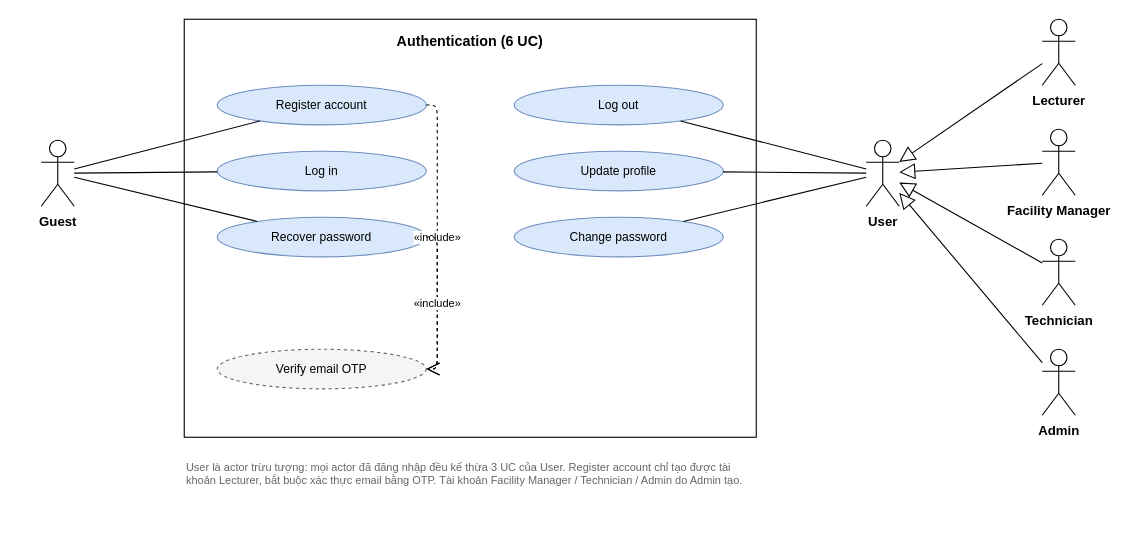
Before: page "2. User" (2 of 6) of Actor_UseCase.drawio in Hoang-124/Ruo, a draw.io diagram. Source tidied: cells renumbered, new cells numbered last; positions are measured from the earlier drawing's top-left corner, leaving out a move shared by most shapes. Both pictures are drawn from the tidied source at 110%, with x=0, y=0 at pixel (41, 19).
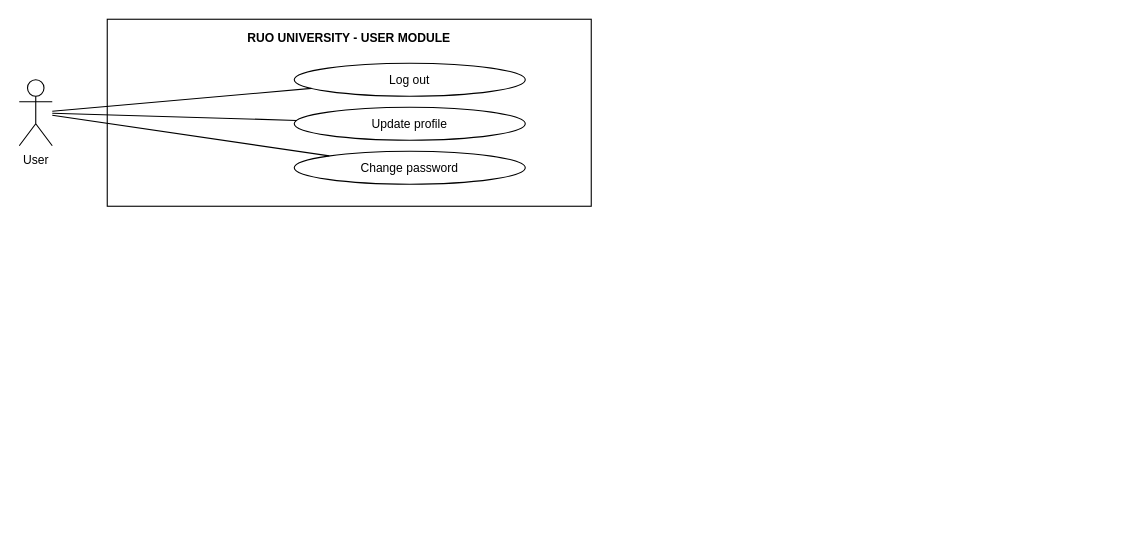
The same page after the edit.

Commit message (it also covers changes not shown here):
docs(usecase): simplify diagram to one plain page per actor

Matches reference style: single actor, system boundary titled RUO UNIVERSITY - <ACTOR> MODULE, white ellipses in one column. Removed overview page, group frames, extend/include and notes.

Change to the diagram source:
```diff
@@
-    <mxCell id="2" value="Authentication (6 UC)" style="rounded=0;whiteSpace=wrap;html=1;fillColor=none;verticalAlign=top;align=center;fontSize=13;fontStyle=1;spacingTop=6;" parent="1" vertex="1">
-      <mxGeometry x="130" width="520" height="380" as="geometry" />
+    <mxCell id="2" value="RUO UNIVERSITY - USER MODULE" style="rounded=0;whiteSpace=wrap;html=1;fillColor=none;verticalAlign=top;align=center;fontSize=11;fontStyle=1;spacingTop=4;" parent="1" vertex="1">
+      <mxGeometry x="60" width="440" height="170" as="geometry" />
     </mxCell>
-    <mxCell id="3" value="Register account" style="ellipse;whiteSpace=wrap;html=1;fontSize=11;fillColor=#dae8fc;strokeColor=#6c8ebf;" parent="1" vertex="1">
-      <mxGeometry x="160" y="60" width="190" height="36" as="geometry" />
-    </mxCell>
-    <mxCell id="4" value="Log in" style="ellipse;whiteSpace=wrap;html=1;fontSize=11;fillColor=#dae8fc;strokeColor=#6c8ebf;" parent="1" vertex="1">
-      <mxGeometry x="160" y="120" width="190" height="36" as="geometry" />
-    </mxCell>
-    <mxCell id="5" value="Recover password" style="ellipse;whiteSpace=wrap;html=1;fontSize=11;fillColor=#dae8fc;strokeColor=#6c8ebf;" parent="1" vertex="1">
-      <mxGeometry x="160" y="180" width="190" height="36" as="geometry" />
-    </mxCell>
+    <mxCell id="11" value="User" style="shape=umlActor;verticalLabelPosition=bottom;verticalAlign=top;html=1;outlineConnect=0;fontSize=11;" parent="1" vertex="1">
+      <mxGeometry x="-20" y="55" width="30" height="60" as="geometry" />
+    </mxCell>
-    <mxCell id="6" value="Log out" style="ellipse;whiteSpace=wrap;html=1;fontSize=11;fillColor=#dae8fc;strokeColor=#6c8ebf;" parent="1" vertex="1">
-      <mxGeometry x="430" y="60" width="190" height="36" as="geometry" />
+    <mxCell id="6" value="Log out" style="ellipse;whiteSpace=wrap;html=1;fontSize=11;fillColor=#ffffff;strokeColor=#000000;" parent="1" vertex="1">
+      <mxGeometry x="230" y="40" width="210" height="30" as="geometry" />
     </mxCell>
+    <mxCell id="15" style="endArrow=none;html=1;rounded=0;strokeWidth=1;" parent="1" edge="1" source="11" target="6">
+      <mxGeometry relative="1" as="geometry" />
+    </mxCell>
-    <mxCell id="7" value="Update profile" style="ellipse;whiteSpace=wrap;html=1;fontSize=11;fillColor=#dae8fc;strokeColor=#6c8ebf;" parent="1" vertex="1">
-      <mxGeometry x="430" y="120" width="190" height="36" as="geometry" />
+    <mxCell id="7" value="Update profile" style="ellipse;whiteSpace=wrap;html=1;fontSize=11;fillColor=#ffffff;strokeColor=#000000;" parent="1" vertex="1">
+      <mxGeometry x="230" y="80" width="210" height="30" as="geometry" />
     </mxCell>
+    <mxCell id="12" style="endArrow=none;html=1;rounded=0;strokeWidth=1;" parent="1" edge="1" source="11" target="7">
+      <mxGeometry relative="1" as="geometry" />
+    </mxCell>
-    <mxCell id="8" value="Change password" style="ellipse;whiteSpace=wrap;html=1;fontSize=11;fillColor=#dae8fc;strokeColor=#6c8ebf;" parent="1" vertex="1">
-      <mxGeometry x="430" y="180" width="190" height="36" as="geometry" />
+    <mxCell id="8" value="Change password" style="ellipse;whiteSpace=wrap;html=1;fontSize=11;fillColor=#ffffff;strokeColor=#000000;" parent="1" vertex="1">
+      <mxGeometry x="230" y="120" width="210" height="30" as="geometry" />
     </mxCell>
-    <mxCell id="9" value="Verify email OTP" style="ellipse;whiteSpace=wrap;html=1;fontSize=11;fillColor=#f5f5f5;strokeColor=#666666;dashed=1;" parent="1" vertex="1">
-      <mxGeometry x="160" y="300" width="190" height="36" as="geometry" />
-    </mxCell>
-    <mxCell id="10" value="Guest" style="shape=umlActor;verticalLabelPosition=bottom;verticalAlign=top;html=1;outlineConnect=0;fontSize=12;fontStyle=1;" parent="1" vertex="1">
-      <mxGeometry y="110" width="30" height="60" as="geometry" />
-    </mxCell>
-    <mxCell id="11" value="User" style="shape=umlActor;verticalLabelPosition=bottom;verticalAlign=top;html=1;outlineConnect=0;fontSize=12;fontStyle=1;" parent="1" vertex="1">
-      <mxGeometry x="750" y="110" width="30" height="60" as="geometry" />
-    </mxCell>
-    <mxCell id="12" style="endArrow=none;html=1;rounded=0;" parent="1" edge="1" source="10" target="3">
-      <mxGeometry relative="1" as="geometry" />
-    </mxCell>
-    <mxCell id="13" style="endArrow=none;html=1;rounded=0;" parent="1" edge="1" source="10" target="4">
+    <mxCell id="13" style="endArrow=none;html=1;rounded=0;strokeWidth=1;" parent="1" edge="1" source="11" target="8">
       <mxGeometry relative="1" as="geometry" />
     </mxCell>
-    <mxCell id="14" style="endArrow=none;html=1;rounded=0;" parent="1" edge="1" source="10" target="5">
-      <mxGeometry relative="1" as="geometry" />
-    </mxCell>
-    <mxCell id="15" style="endArrow=none;html=1;rounded=0;" parent="1" edge="1" source="11" target="6">
-      <mxGeometry relative="1" as="geometry" />
-    </mxCell>
-    <mxCell id="16" style="endArrow=none;html=1;rounded=0;" parent="1" edge="1" source="11" target="7">
-      <mxGeometry relative="1" as="geometry" />
-    </mxCell>
-    <mxCell id="17" style="endArrow=none;html=1;rounded=0;" parent="1" edge="1" source="11" target="8">
-      <mxGeometry relative="1" as="geometry" />
-    </mxCell>
-    <mxCell id="18" value="«include»" style="endArrow=open;endSize=10;dashed=1;html=1;fontSize=10;labelBackgroundColor=#ffffff;edgeStyle=orthogonalEdgeStyle;rounded=1;exitX=1;exitY=0.5;exitDx=0;exitDy=0;entryX=1;entryY=0.5;entryDx=0;entryDy=0;" parent="1" edge="1" source="3" target="9">
-      <mxGeometry relative="1" as="geometry" />
-    </mxCell>
-    <mxCell id="19" value="«include»" style="endArrow=open;endSize=10;dashed=1;html=1;fontSize=10;labelBackgroundColor=#ffffff;edgeStyle=orthogonalEdgeStyle;rounded=1;exitX=1;exitY=0.5;exitDx=0;exitDy=0;entryX=1;entryY=0.5;entryDx=0;entryDy=0;" parent="1" edge="1" source="5" target="9">
-      <mxGeometry relative="1" as="geometry" />
-    </mxCell>
-    <mxCell id="20" value="Lecturer" style="shape=umlActor;verticalLabelPosition=bottom;verticalAlign=top;html=1;outlineConnect=0;fontSize=12;fontStyle=1;" parent="1" vertex="1">
-      <mxGeometry x="910" width="30" height="60" as="geometry" />
-    </mxCell>
-    <mxCell id="21" style="endArrow=block;endFill=0;endSize=12;html=1;rounded=0;" parent="1" edge="1" source="20" target="11">
-      <mxGeometry relative="1" as="geometry" />
-    </mxCell>
-    <mxCell id="22" value="Facility Manager" style="shape=umlActor;verticalLabelPosition=bottom;verticalAlign=top;html=1;outlineConnect=0;fontSize=12;fontStyle=1;" parent="1" vertex="1">
-      <mxGeometry x="910" y="100" width="30" height="60" as="geometry" />
-    </mxCell>
-    <mxCell id="23" style="endArrow=block;endFill=0;endSize=12;html=1;rounded=0;" parent="1" edge="1" source="22" target="11">
-      <mxGeometry relative="1" as="geometry" />
-    </mxCell>
-    <mxCell id="24" value="Technician" style="shape=umlActor;verticalLabelPosition=bottom;verticalAlign=top;html=1;outlineConnect=0;fontSize=12;fontStyle=1;" parent="1" vertex="1">
-      <mxGeometry x="910" y="200" width="30" height="60" as="geometry" />
-    </mxCell>
-    <mxCell id="25" style="endArrow=block;endFill=0;endSize=12;html=1;rounded=0;" parent="1" edge="1" source="24" target="11">
-      <mxGeometry relative="1" as="geometry" />
-    </mxCell>
-    <mxCell id="26" value="Admin" style="shape=umlActor;verticalLabelPosition=bottom;verticalAlign=top;html=1;outlineConnect=0;fontSize=12;fontStyle=1;" parent="1" vertex="1">
-      <mxGeometry x="910" y="300" width="30" height="60" as="geometry" />
-    </mxCell>
-    <mxCell id="27" style="endArrow=block;endFill=0;endSize=12;html=1;rounded=0;" parent="1" edge="1" source="26" target="11">
-      <mxGeometry relative="1" as="geometry" />
-    </mxCell>
-    <mxCell id="28" value="User là actor trừu tượng: mọi actor đã đăng nhập đều kế thừa 3 UC của User. Register account chỉ tạo được tài khoản Lecturer, bắt buộc xác thực email bằng OTP. Tài khoản Facility Manager / Technician / Admin do Admin tạo." style="text;html=1;align=left;verticalAlign=top;fontSize=10;fontColor=#666666;whiteSpace=wrap;" parent="1" vertex="1">
-      <mxGeometry x="130" y="395" width="520" height="60" as="geometry" />
-    </mxCell>
```
